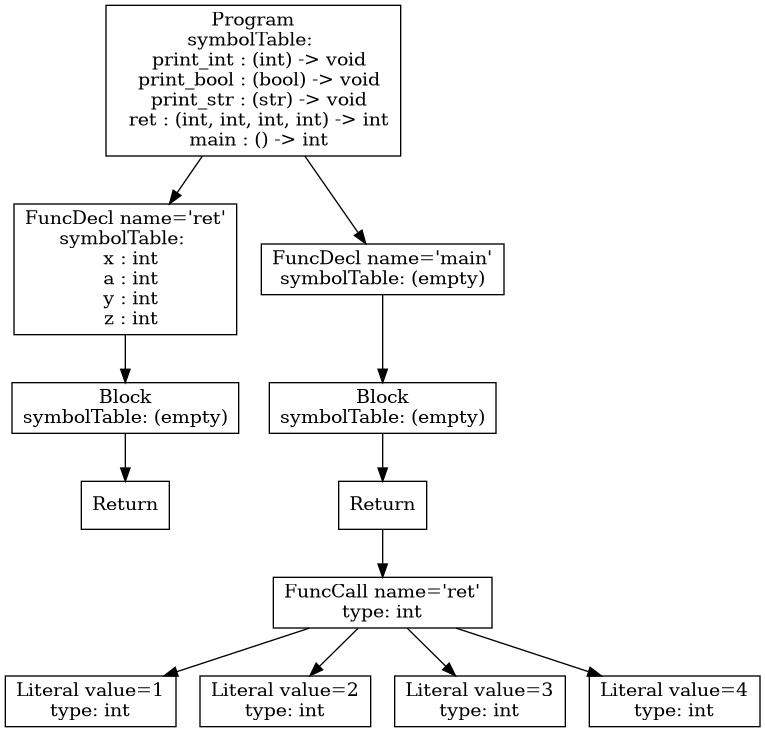
Before: p3-analysis/tree.png, a diagram exported from Graphviz (atrim11/CS432). Its source is kept beside it as p3-analysis/tree.dot.
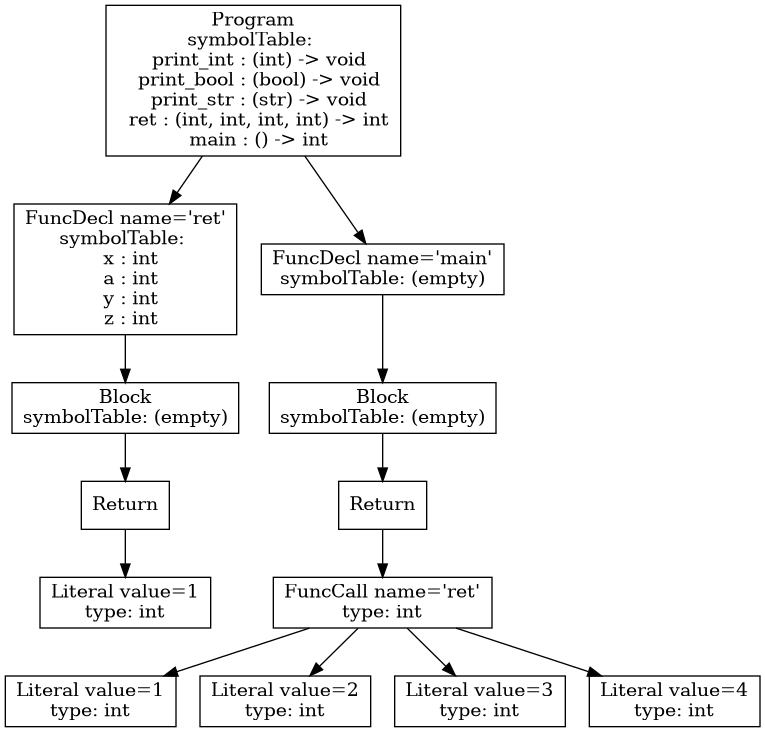
The same file after the commit.

What changed in the source:
```diff
@@ -1,25 +1,27 @@
 digraph AST {
+4 [shape=box, label="Literal value=1\ntype: int"];
 3 [shape=box, label="Return"];
+3 -> 4;
 2 [shape=box, label="Block\nsymbolTable: (empty)"];
 2 -> 3;
 1 [shape=box, label="FuncDecl name='ret'\nsymbolTable: \n  x : int\n  a : int\n  y : int\n  z : int"];
 1 -> 2;
-8 [shape=box, label="Literal value=1\ntype: int"];
-9 [shape=box, label="Literal value=2\ntype: int"];
-10 [shape=box, label="Literal value=3\ntype: int"];
-11 [shape=box, label="Literal value=4\ntype: int"];
-7 [shape=box, label="FuncCall name='ret'\ntype: int"];
+9 [shape=box, label="Literal value=1\ntype: int"];
+10 [shape=box, label="Literal value=2\ntype: int"];
+11 [shape=box, label="Literal value=3\ntype: int"];
+12 [shape=box, label="Literal value=4\ntype: int"];
+8 [shape=box, label="FuncCall name='ret'\ntype: int"];
+8 -> 9;
+8 -> 10;
+8 -> 11;
+8 -> 12;
+7 [shape=box, label="Return"];
 7 -> 8;
-7 -> 9;
-7 -> 10;
-7 -> 11;
-6 [shape=box, label="Return"];
+6 [shape=box, label="Block\nsymbolTable: (empty)"];
 6 -> 7;
-5 [shape=box, label="Block\nsymbolTable: (empty)"];
+5 [shape=box, label="FuncDecl name='main'\nsymbolTable: (empty)"];
 5 -> 6;
-4 [shape=box, label="FuncDecl name='main'\nsymbolTable: (empty)"];
-4 -> 5;
 0 [shape=box, label="Program\nsymbolTable: \n  print_int : (int) -> void\n  print_bool : (bool) -> void\n  print_str : (str) -> void\n  ret : (int, int, int, int) -> int\n  main : () -> int"];
 0 -> 1;
-0 -> 4;
+0 -> 5;
 }
```
